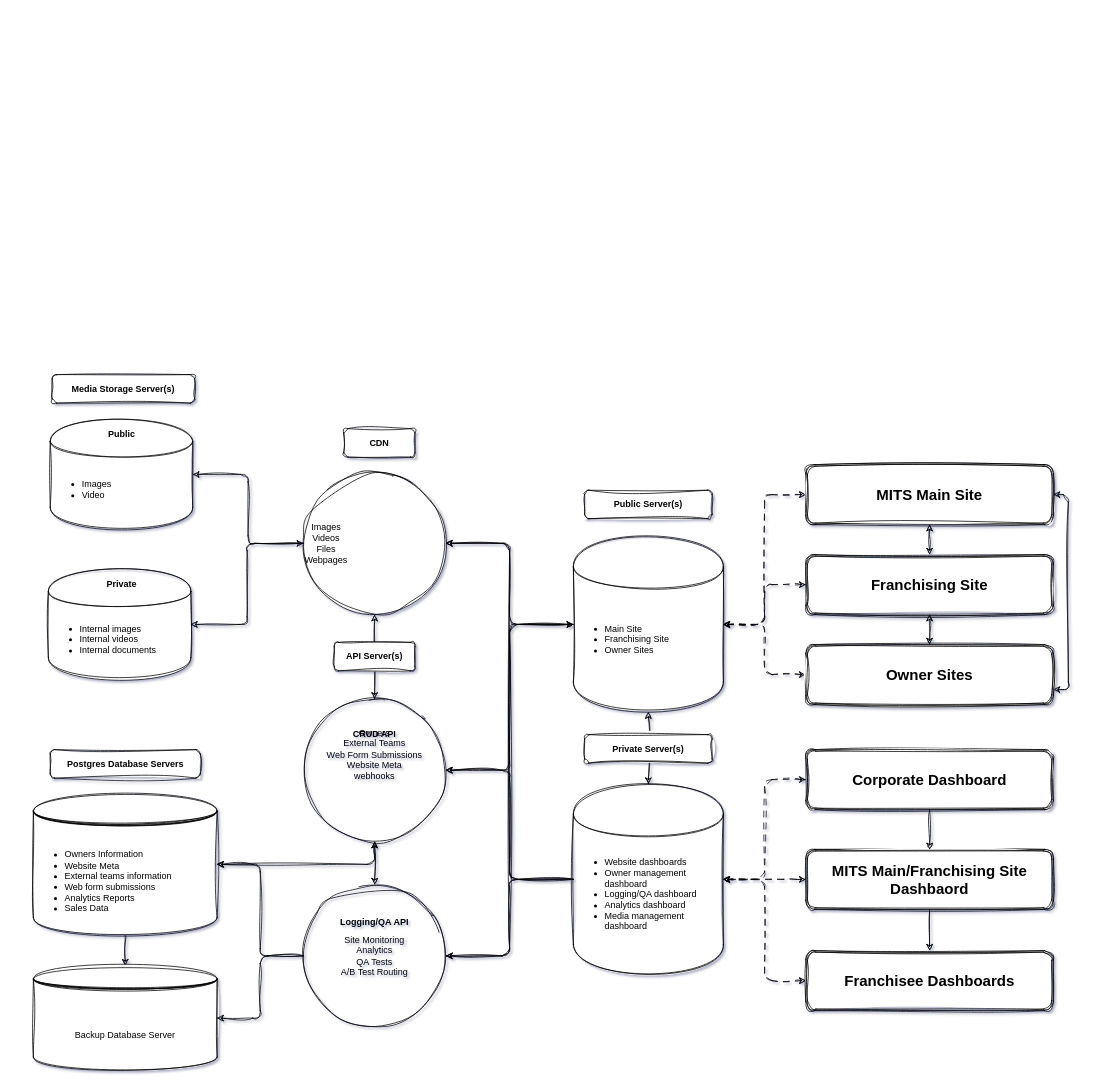
kevin-mits/mits-plans keeps this draw.io diagram as page "draft" (1 of 3) of MTIS Infrastructure V1.drawio. Above is the earlier version. Source tidied: cells renumbered, new cells numbered last; positions are measured from the earlier drawing's top-left corner, leaving out a move shared by most shapes. Both pictures are drawn from the tidied source at 75%, with x=0, y=0 at pixel (33, 374).
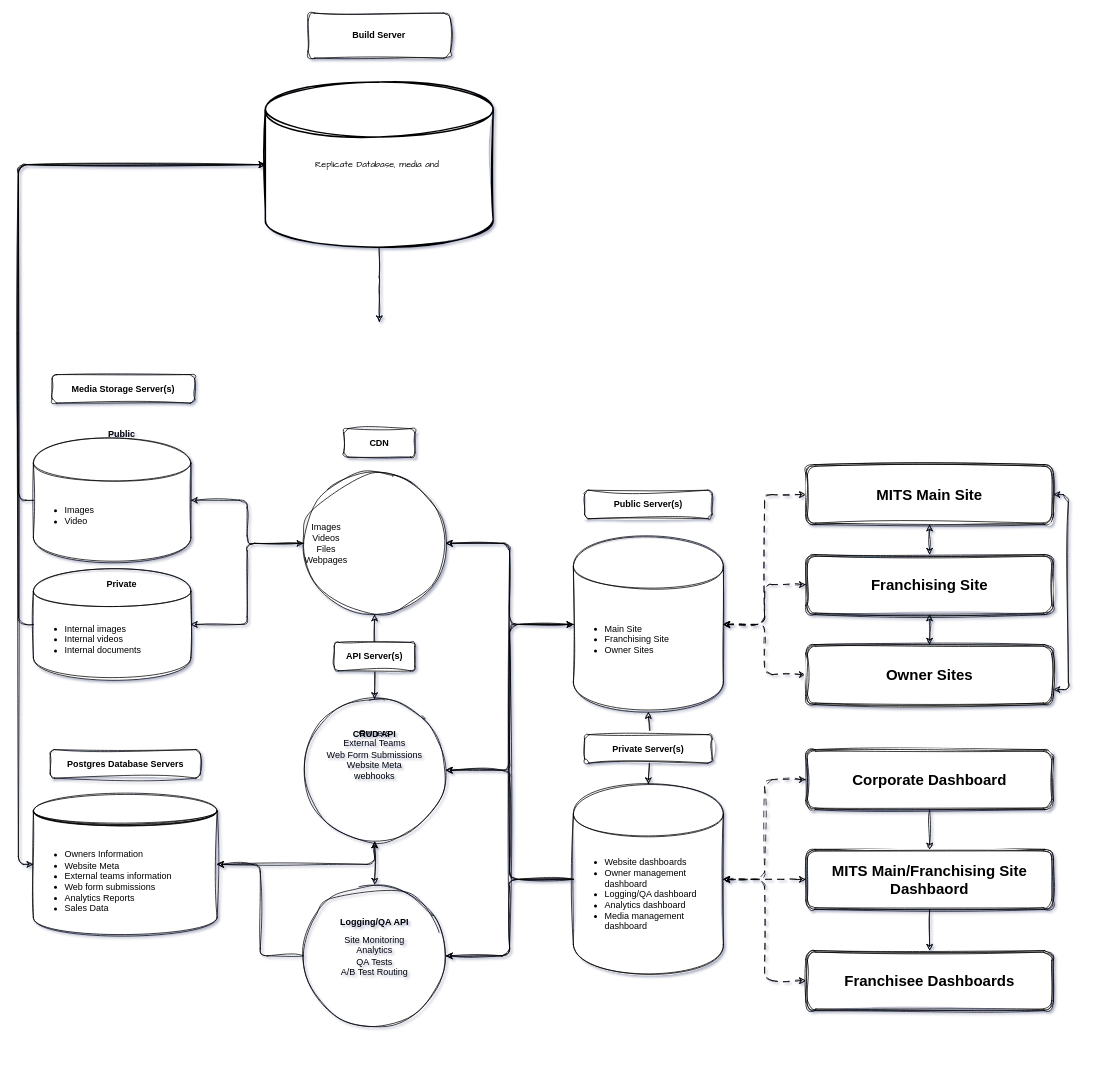
The same page after the edit.

Unchanged cells that the change refers to:
```xml
<mxCell id="3" value="&lt;ul&gt;&lt;li&gt;Owners Information&lt;/li&gt;&lt;li&gt;Website Meta&lt;/li&gt;&lt;li&gt;External teams information&lt;/li&gt;&lt;li&gt;Web form submissions&lt;/li&gt;&lt;li&gt;Analytics Reports&lt;/li&gt;&lt;li&gt;&lt;span style=&quot;background-color: transparent; color: light-dark(rgb(0, 0, 0), rgb(255, 255, 255));&quot;&gt;Sales Data&lt;/span&gt;&lt;/li&gt;&lt;/ul&gt;&lt;div&gt;&lt;div&gt;&lt;br&gt;&lt;/div&gt;&lt;/div&gt;" style="shape=datastore;whiteSpace=wrap;html=1;align=left;sketch=1;curveFitting=1;jiggle=2;rounded=1;fontFamily=Helvetica;" parent="1" vertex="1">
  <mxGeometry y="558" width="245" height="190" as="geometry" />
</mxCell>
<mxCell id="13" value="&lt;div&gt;Site Monitoring&lt;/div&gt;&lt;div&gt;Analytics&lt;/div&gt;&lt;div&gt;QA Tests&lt;/div&gt;&lt;div&gt;A/B Test Routing&lt;/div&gt;" style="ellipse;whiteSpace=wrap;html=1;shapeInside=1;fillColor=none;align=center;sketch=1;curveFitting=1;jiggle=2;rounded=1;fontFamily=Helvetica;" parent="1" vertex="1">
  <mxGeometry x="360" y="680" width="190" height="190" as="geometry" />
</mxCell>
```

The edit, as a diff of the source:
```diff
@@
-    <mxCell id="2" style="edgeStyle=orthogonalEdgeStyle;rounded=1;jettySize=auto;html=1;exitX=0.5;exitY=1;exitDx=0;exitDy=0;sketch=1;curveFitting=1;jiggle=2;fontFamily=Helvetica;" parent="1" edge="1" source="3" target="4">
-      <mxGeometry relative="1" as="geometry" />
-    </mxCell>
@@
-    <mxCell id="4" value="Backup Database Server" style="shape=datastore;whiteSpace=wrap;html=1;sketch=1;curveFitting=1;jiggle=2;rounded=1;fontFamily=Helvetica;" parent="1" vertex="1">
-      <mxGeometry y="788" width="245" height="140" as="geometry" />
-    </mxCell>
@@
-    <mxCell id="12" style="edgeStyle=orthogonalEdgeStyle;rounded=1;sketch=1;hachureGap=4;jiggle=2;curveFitting=1;jettySize=auto;html=1;exitX=0;exitY=0.5;exitDx=0;exitDy=0;entryX=1;entryY=0.5;entryDx=0;entryDy=0;fontFamily=Helvetica;fontSize=12;fontColor=default;" parent="1" edge="1" source="13" target="4">
-      <mxGeometry relative="1" as="geometry" />
-    </mxCell>
@@
     <mxCell id="15" value="&lt;ul&gt;&lt;li&gt;Images&lt;/li&gt;&lt;li&gt;Video&lt;/li&gt;&lt;/ul&gt;" style="shape=cylinder;whiteSpace=wrap;html=1;boundedLbl=1;backgroundOutline=1;rounded=1;sketch=1;hachureGap=4;jiggle=2;curveFitting=1;fontFamily=Helvetica;align=left;" parent="1" vertex="1">
-      <mxGeometry x="22.5" y="60" width="190" height="146.2" as="geometry" />
+      <mxGeometry y="85" width="210" height="165" as="geometry" />
     </mxCell>
     <mxCell id="16" value="&lt;ul&gt;&lt;li&gt;Internal images&lt;/li&gt;&lt;li&gt;Internal videos&lt;/li&gt;&lt;li&gt;Internal documents&lt;/li&gt;&lt;/ul&gt;" style="shape=cylinder;whiteSpace=wrap;html=1;boundedLbl=1;backgroundOutline=1;rounded=1;sketch=1;hachureGap=4;jiggle=2;curveFitting=1;fontFamily=Helvetica;align=left;" parent="1" vertex="1">
-      <mxGeometry x="20" y="260" width="190" height="146.2" as="geometry" />
+      <mxGeometry y="260" width="210" height="146.2" as="geometry" />
     </mxCell>
@@
+    <mxCell id="53" style="edgeStyle=orthogonalEdgeStyle;rounded=1;sketch=1;hachureGap=4;jiggle=2;curveFitting=1;jettySize=auto;html=1;exitX=0;exitY=0.5;exitDx=0;exitDy=0;exitPerimeter=0;entryX=0;entryY=0.5;entryDx=0;entryDy=0;fontFamily=Architects Daughter;fontSize=12;fontColor=default;" parent="1" edge="1" source="55" target="3">
+      <mxGeometry relative="1" as="geometry" />
+    </mxCell>
+    <mxCell id="54" style="edgeStyle=orthogonalEdgeStyle;rounded=1;sketch=1;hachureGap=4;jiggle=2;curveFitting=1;jettySize=auto;html=1;exitX=0.5;exitY=1;exitDx=0;exitDy=0;exitPerimeter=0;fontFamily=Architects Daughter;fontSize=12;fontColor=default;" parent="1" edge="1" source="55">
+      <mxGeometry relative="1" as="geometry">
+        <mxPoint x="461.3" y="-70" as="targetPoint" />
+      </mxGeometry>
+    </mxCell>
+    <mxCell id="55" value="Replicate Database, media and&amp;nbsp;" style="strokeWidth=2;html=1;shape=mxgraph.flowchart.database;whiteSpace=wrap;sketch=1;hachureGap=4;jiggle=2;curveFitting=1;fontFamily=Architects Daughter;" parent="1" vertex="1">
+      <mxGeometry x="309.3" y="-390" width="303.8" height="220" as="geometry" />
+    </mxCell>
+    <mxCell id="56" style="edgeStyle=orthogonalEdgeStyle;rounded=1;sketch=1;hachureGap=4;jiggle=2;curveFitting=1;jettySize=auto;html=1;exitX=0;exitY=0.5;exitDx=0;exitDy=0;entryX=0;entryY=0.5;entryDx=0;entryDy=0;entryPerimeter=0;fontFamily=Architects Daughter;fontSize=12;fontColor=default;" parent="1" edge="1" source="16" target="55">
+      <mxGeometry relative="1" as="geometry" />
+    </mxCell>
+    <mxCell id="57" style="edgeStyle=orthogonalEdgeStyle;rounded=1;sketch=1;hachureGap=4;jiggle=2;curveFitting=1;jettySize=auto;html=1;exitX=0;exitY=0.5;exitDx=0;exitDy=0;entryX=0;entryY=0.5;entryDx=0;entryDy=0;entryPerimeter=0;fontFamily=Architects Daughter;fontSize=12;fontColor=default;" parent="1" edge="1" source="15" target="55">
+      <mxGeometry relative="1" as="geometry" />
+    </mxCell>
+    <mxCell id="58" value="&lt;div&gt;&lt;b&gt;Build Server&lt;/b&gt;&lt;/div&gt;" style="whiteSpace=wrap;html=1;fillColor=default;strokeColor=default;sketch=1;curveFitting=1;jiggle=2;rounded=1;fontFamily=Helvetica;" parent="1" vertex="1">
+      <mxGeometry x="366.2" y="-482" width="190" height="60" as="geometry" />
+    </mxCell>
```
